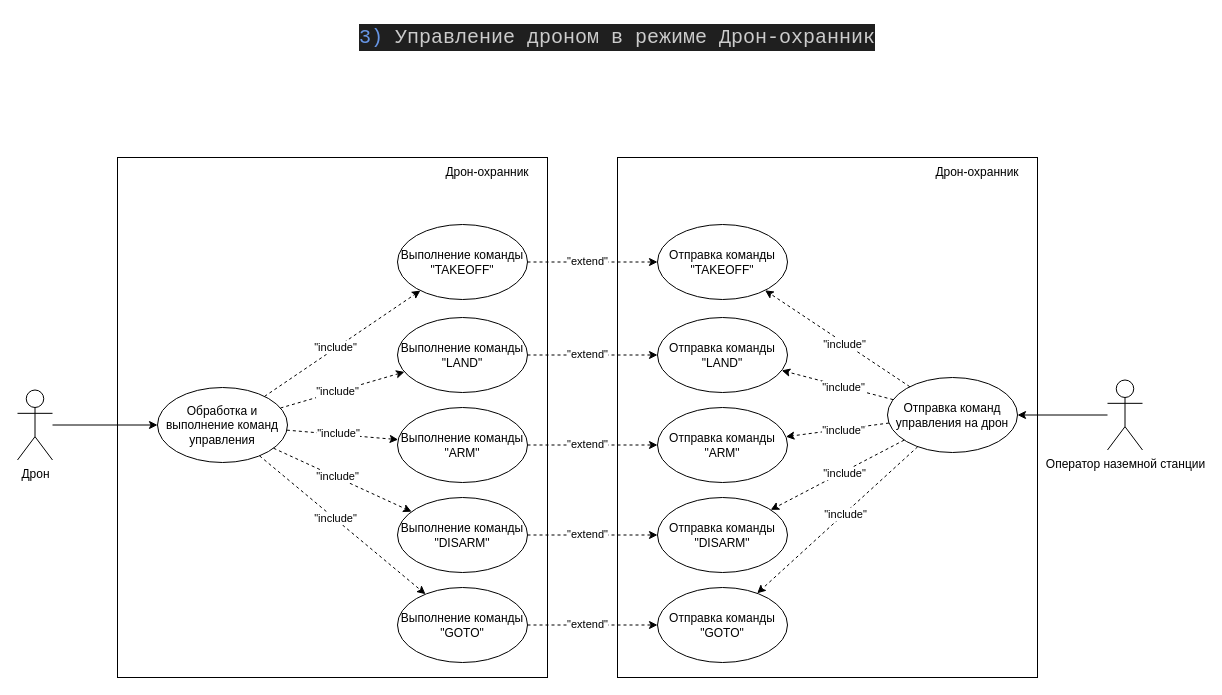
Before: src/diagrams/uml-use-case/use-case3.drawio in zimkov/system-engineering-playbook, a draw.io diagram. Source tidied: cells renumbered, new cells numbered last; positions are measured from the earlier drawing's top-left corner, leaving out a move shared by most shapes. Both pictures are drawn from the tidied source at 100%, with x=0, y=0 at pixel (17, 17).
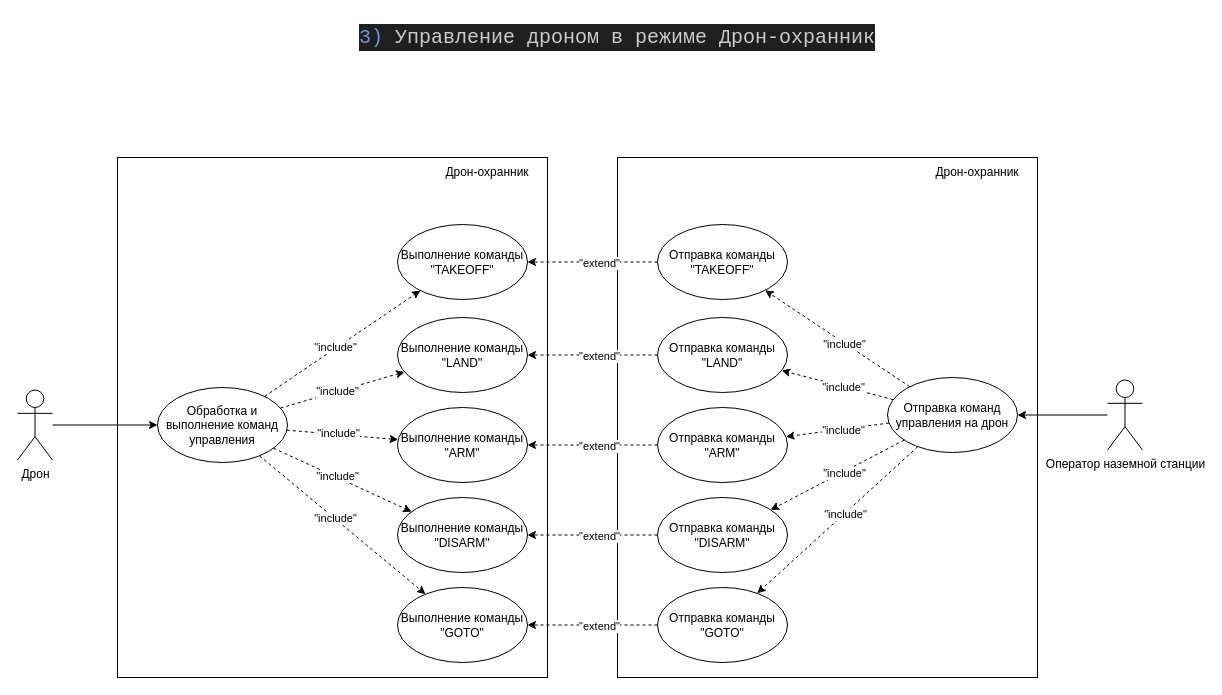
The same diagram, later.

The change refers to these unchanged cells:
```xml
<mxCell id="7" value="Отправка команды &quot;ARM&quot;" style="ellipse;whiteSpace=wrap;html=1;verticalAlign=middle;" parent="1" vertex="1">
  <mxGeometry x="640" y="390" width="130" height="75" as="geometry" />
</mxCell>
<mxCell id="8" value="Отправка команды &quot;DISARM&quot;" style="ellipse;whiteSpace=wrap;html=1;verticalAlign=middle;" parent="1" vertex="1">
  <mxGeometry x="640" y="480" width="130" height="75" as="geometry" />
</mxCell>
<mxCell id="9" value="Отправка команды &quot;TAKEOFF&quot;" style="ellipse;whiteSpace=wrap;html=1;verticalAlign=middle;" parent="1" vertex="1">
  <mxGeometry x="640" y="207" width="130" height="75" as="geometry" />
</mxCell>
<mxCell id="10" value="Отправка команды &quot;LAND&quot;" style="ellipse;whiteSpace=wrap;html=1;verticalAlign=middle;" parent="1" vertex="1">
  <mxGeometry x="640" y="300" width="130" height="75" as="geometry" />
</mxCell>
<mxCell id="11" value="Отправка команды &quot;GOTO&quot;" style="ellipse;whiteSpace=wrap;html=1;verticalAlign=middle;" parent="1" vertex="1">
  <mxGeometry x="640" y="570" width="130" height="75" as="geometry" />
</mxCell>
<mxCell id="27" value="Выполнение&amp;nbsp;команды &quot;ARM&quot;" style="ellipse;whiteSpace=wrap;html=1;verticalAlign=middle;" parent="1" vertex="1">
  <mxGeometry x="380" y="390" width="130" height="75" as="geometry" />
</mxCell>
<mxCell id="28" value="Выполнение&amp;nbsp;команды &quot;DISARM&quot;" style="ellipse;whiteSpace=wrap;html=1;verticalAlign=middle;" parent="1" vertex="1">
  <mxGeometry x="380" y="480" width="130" height="75" as="geometry" />
</mxCell>
<mxCell id="29" value="Выполнение команды &quot;TAKEOFF&quot;" style="ellipse;whiteSpace=wrap;html=1;verticalAlign=middle;" parent="1" vertex="1">
  <mxGeometry x="380" y="207" width="130" height="75" as="geometry" />
</mxCell>
<mxCell id="30" value="Выполнение&amp;nbsp;команды &quot;LAND&quot;" style="ellipse;whiteSpace=wrap;html=1;verticalAlign=middle;" parent="1" vertex="1">
  <mxGeometry x="380" y="300" width="130" height="75" as="geometry" />
</mxCell>
<mxCell id="31" value="Выполнение&amp;nbsp;команды &quot;GOTO&quot;" style="ellipse;whiteSpace=wrap;html=1;verticalAlign=middle;" parent="1" vertex="1">
  <mxGeometry x="380" y="570" width="130" height="75" as="geometry" />
</mxCell>
```

The edit, as a diff of the source:
```diff
@@
-    <mxCell id="43" style="rounded=0;jettySize=auto;html=1;dashed=1;" parent="1" edge="1" source="29" target="9">
+    <mxCell id="43" style="rounded=0;jettySize=auto;html=1;dashed=1;" parent="1" edge="1" source="9" target="29">
       <mxGeometry relative="1" as="geometry" />
     </mxCell>
@@
-    <mxCell id="45" style="rounded=0;jettySize=auto;html=1;dashed=1;" parent="1" edge="1" source="30" target="10">
+    <mxCell id="45" style="rounded=0;jettySize=auto;html=1;dashed=1;" parent="1" edge="1" source="10" target="30">
       <mxGeometry relative="1" as="geometry" />
     </mxCell>
@@
-    <mxCell id="47" style="rounded=0;jettySize=auto;html=1;dashed=1;" parent="1" edge="1" source="27" target="7">
+    <mxCell id="47" style="rounded=0;jettySize=auto;html=1;dashed=1;" parent="1" edge="1" source="7" target="27">
       <mxGeometry relative="1" as="geometry" />
     </mxCell>
@@
-    <mxCell id="49" style="rounded=0;jettySize=auto;html=1;dashed=1;" parent="1" edge="1" source="28" target="8">
+    <mxCell id="49" style="rounded=0;jettySize=auto;html=1;dashed=1;" parent="1" edge="1" source="8" target="28">
       <mxGeometry relative="1" as="geometry" />
     </mxCell>
@@
-    <mxCell id="51" style="rounded=0;jettySize=auto;html=1;dashed=1;" parent="1" edge="1" source="31" target="11">
+    <mxCell id="51" style="rounded=0;jettySize=auto;html=1;dashed=1;" parent="1" edge="1" source="11" target="31">
       <mxGeometry relative="1" as="geometry" />
     </mxCell>
```
